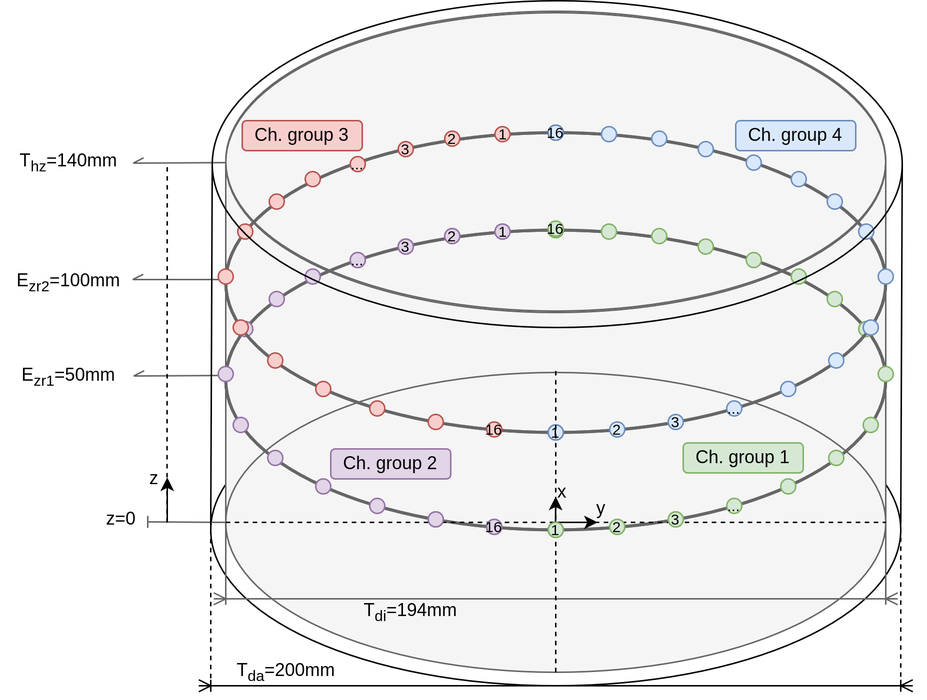
Before: images/el_numbering.png, a diagram exported from draw.io (JacobTh98/3dIT). Source tidied: cells renumbered, new cells last; positions are measured from the earlier drawing's top-left corner, leaving out a move shared by most shapes.
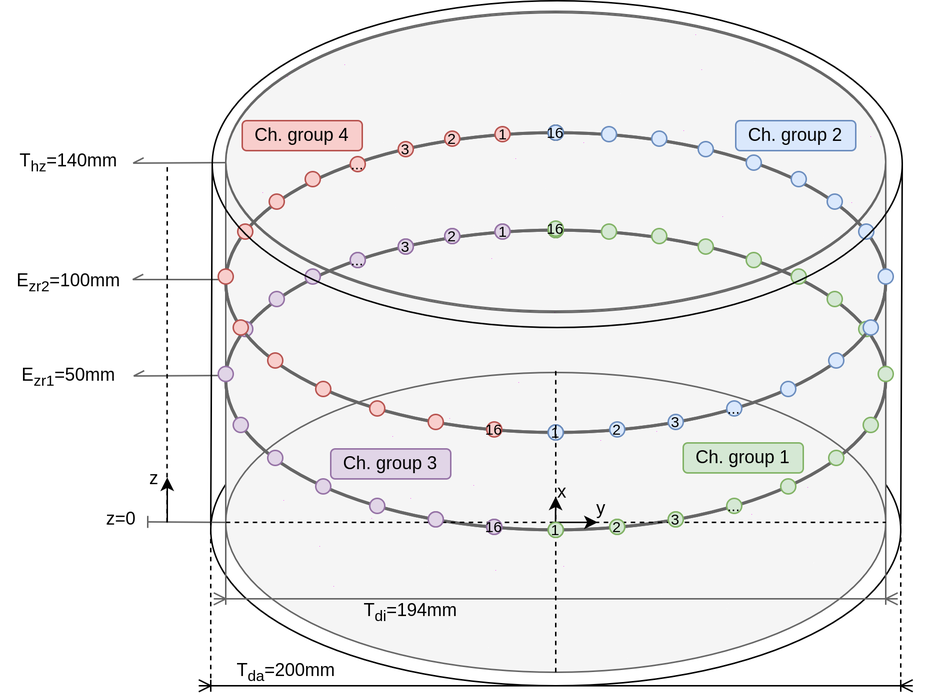
The same diagram one commit later.

Diff of the diagram source:
```diff
@@ -127,7 +127,7 @@
     <mxCell id="41" value="&lt;font style=&quot;font-size: 10px;&quot;&gt;2&lt;/font&gt;" style="ellipse;whiteSpace=wrap;html=1;fillColor=#d5e8d4;strokeColor=#82b366;" parent="10" vertex="1">
       <mxGeometry x="261" y="198" width="10" height="10" as="geometry" />
     </mxCell>
-    <mxCell id="42" value="Ch. group 2" style="rounded=1;whiteSpace=wrap;html=1;fillColor=#e1d5e7;strokeColor=#9673a6;" parent="10" vertex="1">
+    <mxCell id="42" value="Ch. group 3" style="rounded=1;whiteSpace=wrap;html=1;fillColor=#e1d5e7;strokeColor=#9673a6;" parent="10" vertex="1">
       <mxGeometry x="75" y="151" width="80" height="20" as="geometry" />
     </mxCell>
     <mxCell id="43" value="Ch. group 1" style="rounded=1;whiteSpace=wrap;html=1;fillColor=#d5e8d4;strokeColor=#82b366;" parent="10" vertex="1">
@@ -288,10 +288,10 @@
     <mxCell id="92" value="E&lt;sub&gt;zr2&lt;/sub&gt;=100mm" style="text;html=1;align=center;verticalAlign=middle;strokeColor=none;fillColor=none;" parent="1" vertex="1">
       <mxGeometry y="173" width="90" height="30" as="geometry" />
     </mxCell>
-    <mxCell id="93" value="Ch. group 4" style="rounded=1;whiteSpace=wrap;html=1;fillColor=#dae8fc;strokeColor=#6c8ebf;" parent="1" vertex="1">
+    <mxCell id="93" value="Ch. group 2" style="rounded=1;whiteSpace=wrap;html=1;fillColor=#dae8fc;strokeColor=#6c8ebf;" parent="1" vertex="1">
       <mxGeometry x="490" y="80" width="80" height="20" as="geometry" />
     </mxCell>
-    <mxCell id="94" value="Ch. group 3" style="rounded=1;whiteSpace=wrap;html=1;fillColor=#f8cecc;strokeColor=#b85450;" parent="1" vertex="1">
+    <mxCell id="94" value="Ch. group 4" style="rounded=1;whiteSpace=wrap;html=1;fillColor=#f8cecc;strokeColor=#b85450;" parent="1" vertex="1">
       <mxGeometry x="161" y="80" width="80" height="20" as="geometry" />
     </mxCell>
     <mxCell id="95" style="ellipse;whiteSpace=wrap;html=1;fillColor=none;fontColor=#333333;strokeColor=#666666;" parent="1" vertex="1">
```
